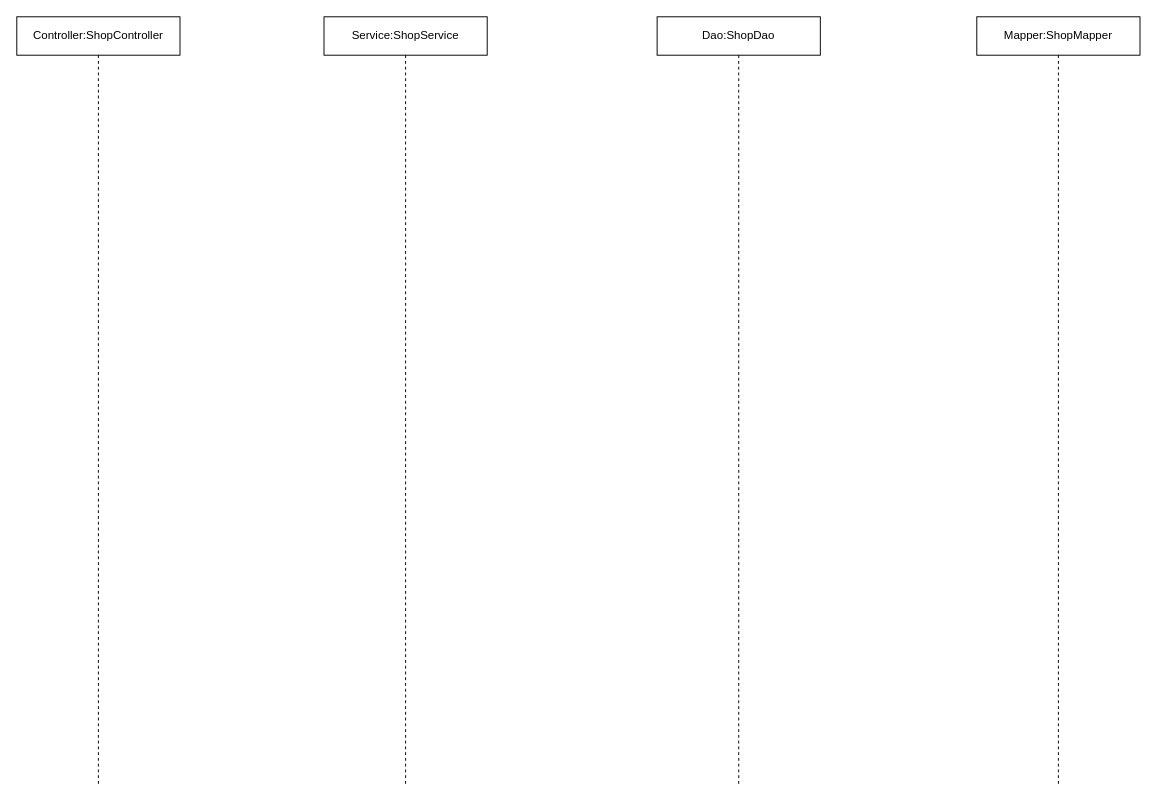
Above: OOAD小组作业/shop.drawio in app1echip/grams (draw.io), before the change. Source tidied: cells renumbered, new cells numbered last; positions are measured from the earlier drawing's top-left corner, leaving out a move shared by most shapes. Both pictures are drawn from the tidied source at 96%, with x=0, y=0 at pixel (16, 16).
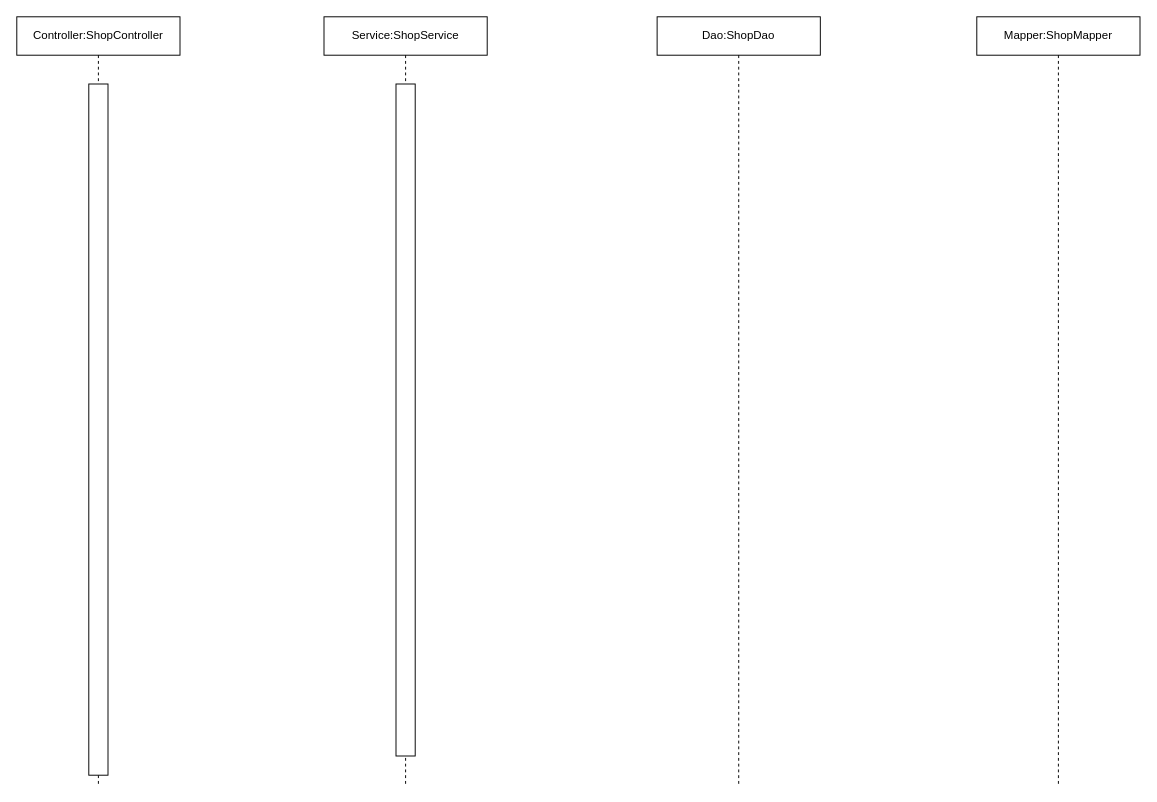
The same diagram, later.

Diff of the diagram source:
```diff
@@
 <mxGraphModel>
   <root>
     <mxCell id="0" />
     <mxCell id="1" parent="0" />
     <mxCell id="2" value="Controller:ShopController" style="shape=umlLifeline;perimeter=lifelinePerimeter;whiteSpace=wrap;html=1;" parent="1" vertex="1">
       <mxGeometry width="170" height="800" as="geometry" />
     </mxCell>
+    <mxCell id="6" style="rounded=0;whiteSpace=wrap;html=1;" parent="2" vertex="1">
+      <mxGeometry x="75" y="70" width="20" height="720" as="geometry" />
+    </mxCell>
     <mxCell id="3" value="Service:ShopService" style="shape=umlLifeline;perimeter=lifelinePerimeter;whiteSpace=wrap;html=1;" parent="1" vertex="1">
       <mxGeometry x="320" width="170" height="800" as="geometry" />
     </mxCell>
     <mxCell id="4" value="Dao:ShopDao" style="shape=umlLifeline;perimeter=lifelinePerimeter;whiteSpace=wrap;html=1;" parent="1" vertex="1">
       <mxGeometry x="667" width="170" height="800" as="geometry" />
     </mxCell>
     <mxCell id="5" value="Mapper:ShopMapper" style="shape=umlLifeline;perimeter=lifelinePerimeter;whiteSpace=wrap;html=1;" parent="1" vertex="1">
       <mxGeometry x="1000" width="170" height="800" as="geometry" />
     </mxCell>
+    <mxCell id="7" style="rounded=0;whiteSpace=wrap;html=1;" parent="1" vertex="1">
+      <mxGeometry x="395" y="70" width="20" height="700" as="geometry" />
+    </mxCell>
   </root>
 </mxGraphModel>
```
